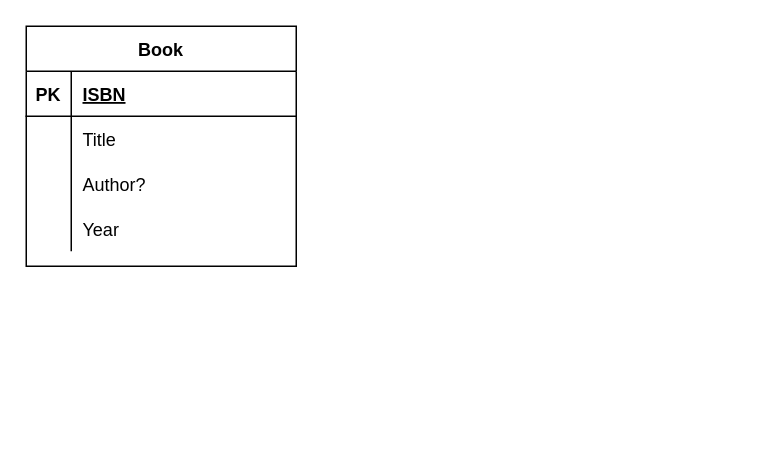
This is images/Book.drawio from lqr5252/Lab-1, a draw.io file, before an edit. Source tidied: cells renumbered, new cells numbered last; positions are measured from the earlier drawing's top-left corner, leaving out a move shared by most shapes. Both pictures are drawn from the tidied source at 150%, with x=0, y=0 at pixel (26, 26).
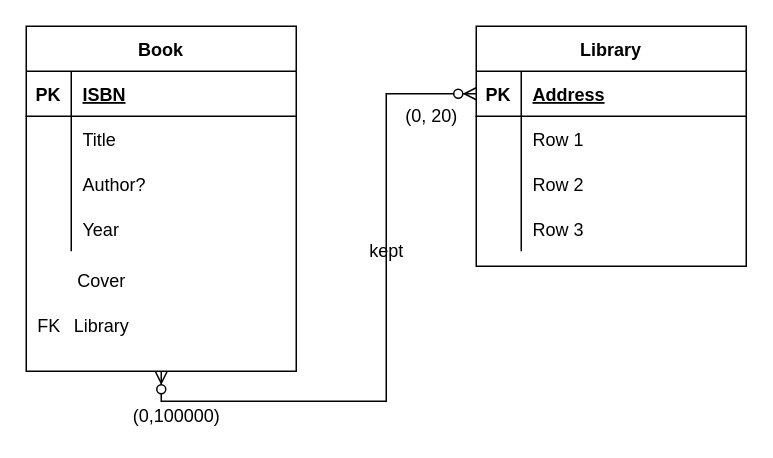
The same diagram, later.

What changed in the source:
```diff
@@
+    <mxCell id="15" style="edgeStyle=orthogonalEdgeStyle;rounded=0;jettySize=auto;html=1;exitX=0.5;exitY=1;exitDx=0;exitDy=0;entryX=0;entryY=0.5;entryDx=0;entryDy=0;endArrow=ERzeroToMany;endFill=1;startArrow=ERzeroToMany;startFill=1;" parent="1" edge="1" source="2" target="18">
+      <mxGeometry relative="1" as="geometry" />
+    </mxCell>
     <mxCell id="2" value="Book" style="shape=table;startSize=30;childLayout=tableLayout;rowLines=0;fontStyle=1;align=center;" parent="1" vertex="1">
-      <mxGeometry width="180" height="160" as="geometry" />
+      <mxGeometry width="180" height="230" as="geometry" />
     </mxCell>
@@
+    <mxCell id="16" value="Cover" style="text;html=1;align=center;verticalAlign=middle;" parent="1" vertex="1">
+      <mxGeometry x="25" y="160" width="50" height="20" as="geometry" />
+    </mxCell>
+    <mxCell id="17" value="Library" style="shape=table;startSize=30;childLayout=tableLayout;rowLines=0;fontStyle=1;align=center;" parent="1" vertex="1">
+      <mxGeometry x="300" width="180" height="160" as="geometry" />
+    </mxCell>
+    <mxCell id="18" style="shape=partialRectangle;fillColor=none;top=0;left=0;bottom=1;right=0;points=[[0,0.5],[1,0.5]];portConstraint=eastwest;" parent="17" vertex="1">
+      <mxGeometry y="30" width="180" height="30" as="geometry" />
+    </mxCell>
+    <mxCell id="19" value="PK" style="shape=partialRectangle;fillColor=none;top=0;left=0;bottom=0;right=0;fontStyle=1;overflow=hidden;" parent="18" vertex="1">
+      <mxGeometry width="30" height="30" as="geometry" />
+    </mxCell>
+    <mxCell id="20" value="Address" style="shape=partialRectangle;fillColor=none;top=0;left=0;bottom=0;right=0;align=left;spacingLeft=6;fontStyle=5;overflow=hidden;" parent="18" vertex="1">
+      <mxGeometry x="30" width="150" height="30" as="geometry" />
+    </mxCell>
+    <mxCell id="21" style="shape=partialRectangle;fillColor=none;top=0;left=0;bottom=0;right=0;" parent="17" vertex="1">
+      <mxGeometry y="60" width="180" height="30" as="geometry" />
+    </mxCell>
+    <mxCell id="22" style="shape=partialRectangle;fillColor=none;top=0;left=0;bottom=0;right=0;overflow=hidden;" parent="21" vertex="1">
+      <mxGeometry width="30" height="30" as="geometry" />
+    </mxCell>
+    <mxCell id="23" value="Row 1" style="shape=partialRectangle;fillColor=none;top=0;left=0;bottom=0;right=0;align=left;spacingLeft=6;overflow=hidden;" parent="21" vertex="1">
+      <mxGeometry x="30" width="150" height="30" as="geometry" />
+    </mxCell>
+    <mxCell id="24" style="shape=partialRectangle;fillColor=none;top=0;left=0;bottom=0;right=0;" parent="17" vertex="1">
+      <mxGeometry y="90" width="180" height="30" as="geometry" />
+    </mxCell>
+    <mxCell id="25" style="shape=partialRectangle;fillColor=none;top=0;left=0;bottom=0;right=0;overflow=hidden;" parent="24" vertex="1">
+      <mxGeometry width="30" height="30" as="geometry" />
+    </mxCell>
+    <mxCell id="26" value="Row 2" style="shape=partialRectangle;fillColor=none;top=0;left=0;bottom=0;right=0;align=left;spacingLeft=6;overflow=hidden;" parent="24" vertex="1">
+      <mxGeometry x="30" width="150" height="30" as="geometry" />
+    </mxCell>
+    <mxCell id="27" style="shape=partialRectangle;fillColor=none;top=0;left=0;bottom=0;right=0;" parent="17" vertex="1">
+      <mxGeometry y="120" width="180" height="30" as="geometry" />
+    </mxCell>
+    <mxCell id="28" style="shape=partialRectangle;fillColor=none;top=0;left=0;bottom=0;right=0;overflow=hidden;" parent="27" vertex="1">
+      <mxGeometry width="30" height="30" as="geometry" />
+    </mxCell>
+    <mxCell id="29" value="Row 3" style="shape=partialRectangle;fillColor=none;top=0;left=0;bottom=0;right=0;align=left;spacingLeft=6;overflow=hidden;" parent="27" vertex="1">
+      <mxGeometry x="30" width="150" height="30" as="geometry" />
+    </mxCell>
+    <mxCell id="30" value="kept" style="text;html=1;align=center;verticalAlign=middle;" parent="1" vertex="1">
+      <mxGeometry x="220" y="140" width="40" height="20" as="geometry" />
+    </mxCell>
+    <mxCell id="31" value="Library" style="text;html=1;align=center;verticalAlign=middle;" parent="1" vertex="1">
+      <mxGeometry x="25" y="190" width="50" height="20" as="geometry" />
+    </mxCell>
+    <mxCell id="32" value="FK" style="text;html=1;align=center;verticalAlign=middle;" parent="1" vertex="1">
+      <mxGeometry y="190" width="30" height="20" as="geometry" />
+    </mxCell>
+    <mxCell id="33" value="(0,100000)" style="text;html=1;align=center;verticalAlign=middle;" parent="1" vertex="1">
+      <mxGeometry x="65" y="250" width="70" height="20" as="geometry" />
+    </mxCell>
+    <mxCell id="34" value="(0, 20)" style="text;html=1;align=center;verticalAlign=middle;" parent="1" vertex="1">
+      <mxGeometry x="245" y="50" width="50" height="20" as="geometry" />
+    </mxCell>
```
